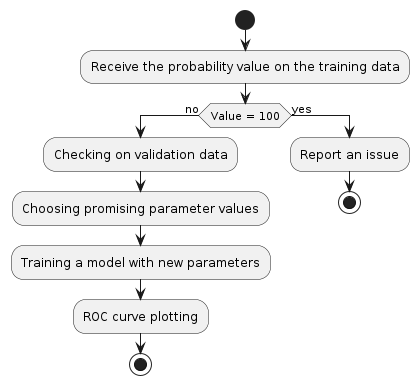
Before: Task-1/process_view.png, a diagram exported from PlantUML (maxl1ng/TASKS).
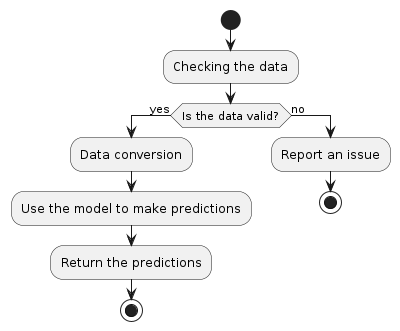
Later version of the same file.

Diff of the diagram source:
```diff
@@ -6,15 +6,14 @@
 
 start
 
-:Receive the probability value on the training data;
+:Checking the data;
 
-if (Value = 100) then (no)
-    :Checking on validation data;
-    :Choosing promising parameter values;
-    :Training a model with new parameters;
-    :ROC curve plotting;
+if (Is the data valid?) then (yes)
+    :Data conversion;
+    :Use the model to make predictions;
+    :Return the predictions;
     stop
-else (yes)
+else (no)
     :Report an issue;
     stop
 endif
```
